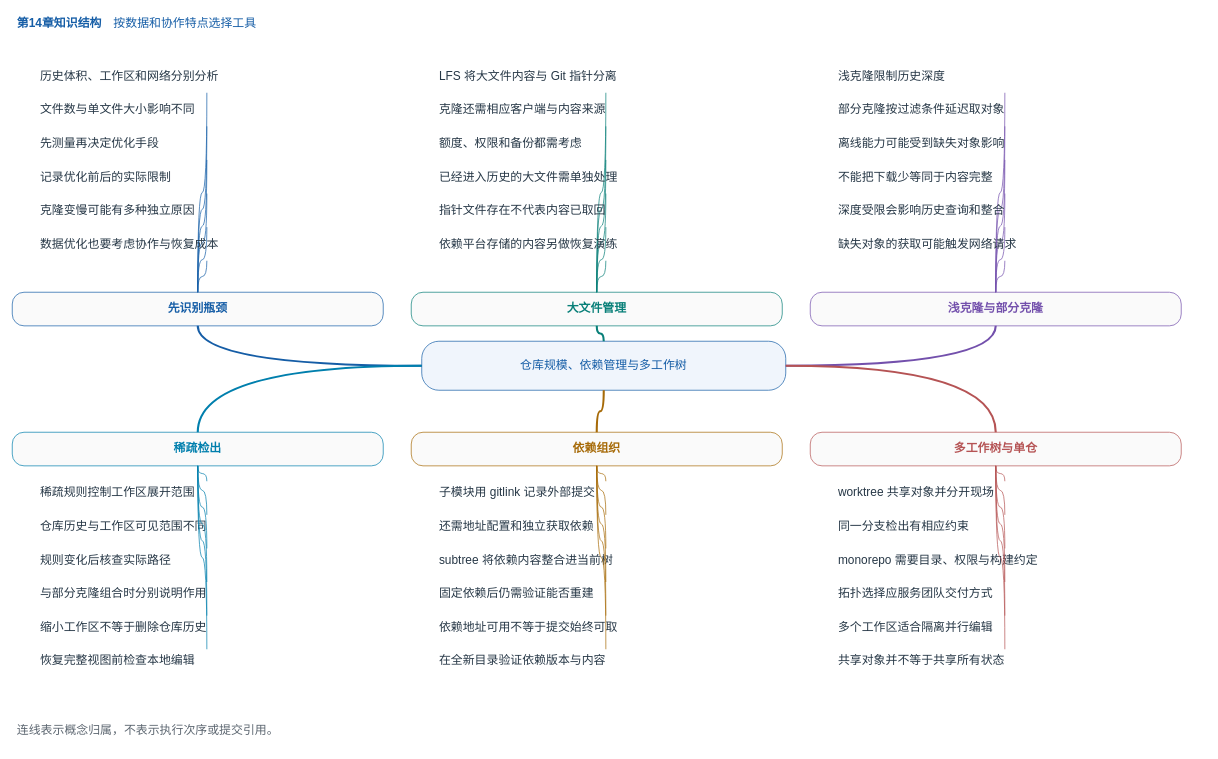
This is page "第14章 仓库规模、依赖与工作树" (14 of 16) of assets/git-book-mindmaps.drawio from tsingke/GitEasy, a draw.io file, before an edit. Source tidied: cells renumbered, new cells numbered last; positions are measured from the earlier drawing's top-left corner, leaving out a move shared by most shapes. Both pictures are drawn from the tidied source at 70%, with x=0, y=0 at pixel (12, 12).
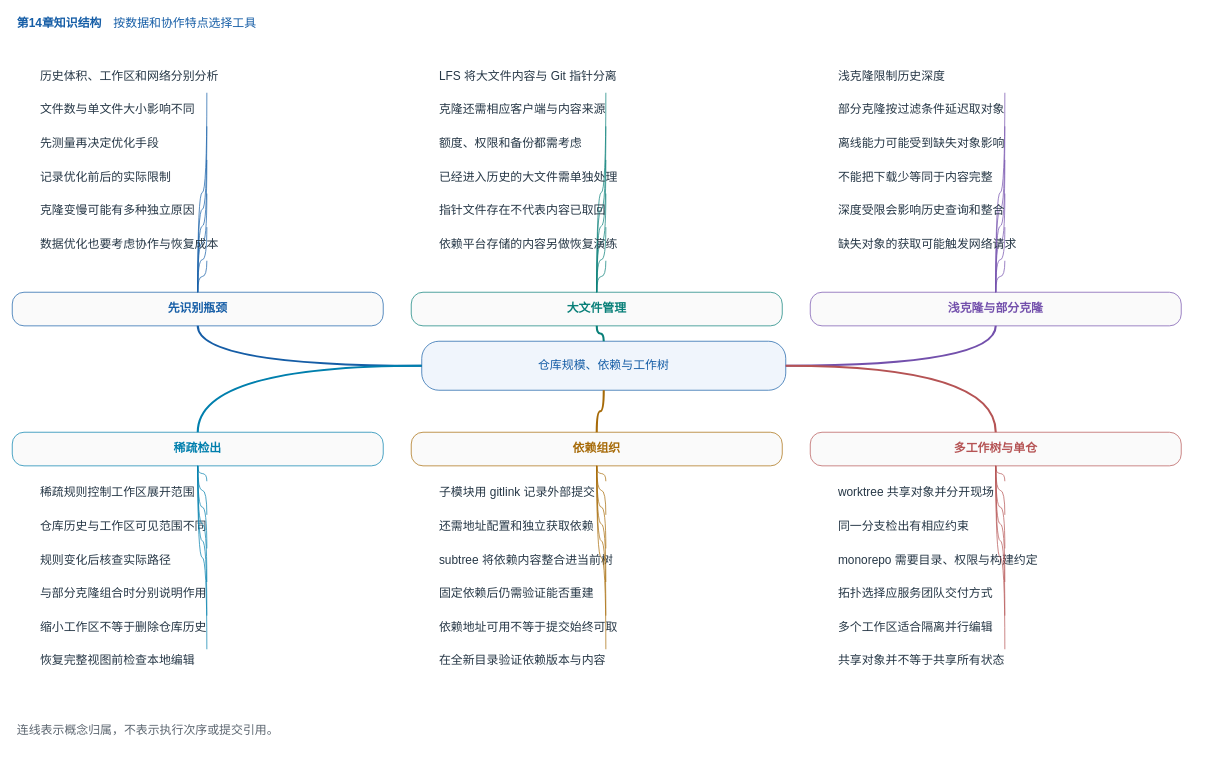
Above is the later version.

Diff of the diagram source:
```diff
@@
-    <mxCell id="3" value="仓库规模、依赖管理与多工作树" style="rounded=1;arcSize=35;fillColor=#F0F5FC;strokeColor=#155DA6;fontColor=#155DA6;html=1;whiteSpace=wrap;fontFamily=Helvetica;fontSize=17;" parent="1" vertex="1">
+    <mxCell id="3" value="仓库规模、依赖与工作树" style="rounded=1;arcSize=35;fillColor=#F0F5FC;strokeColor=#155DA6;fontColor=#155DA6;html=1;whiteSpace=wrap;fontFamily=Helvetica;fontSize=17;" parent="1" vertex="1">
       <mxGeometry x="585" y="470" width="520" height="70" as="geometry" />
     </mxCell>
```
